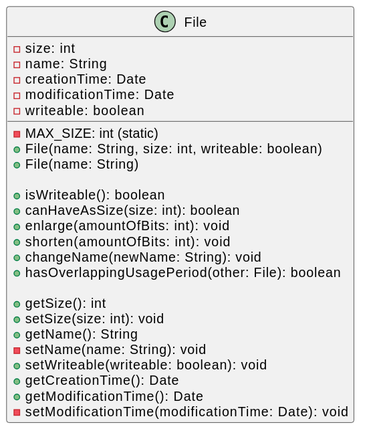
vanschependom/KULAK_ogp-practicum2 keeps this PlantUML diagram as class-diagram/classdiagram.svg. Above is the earlier version.
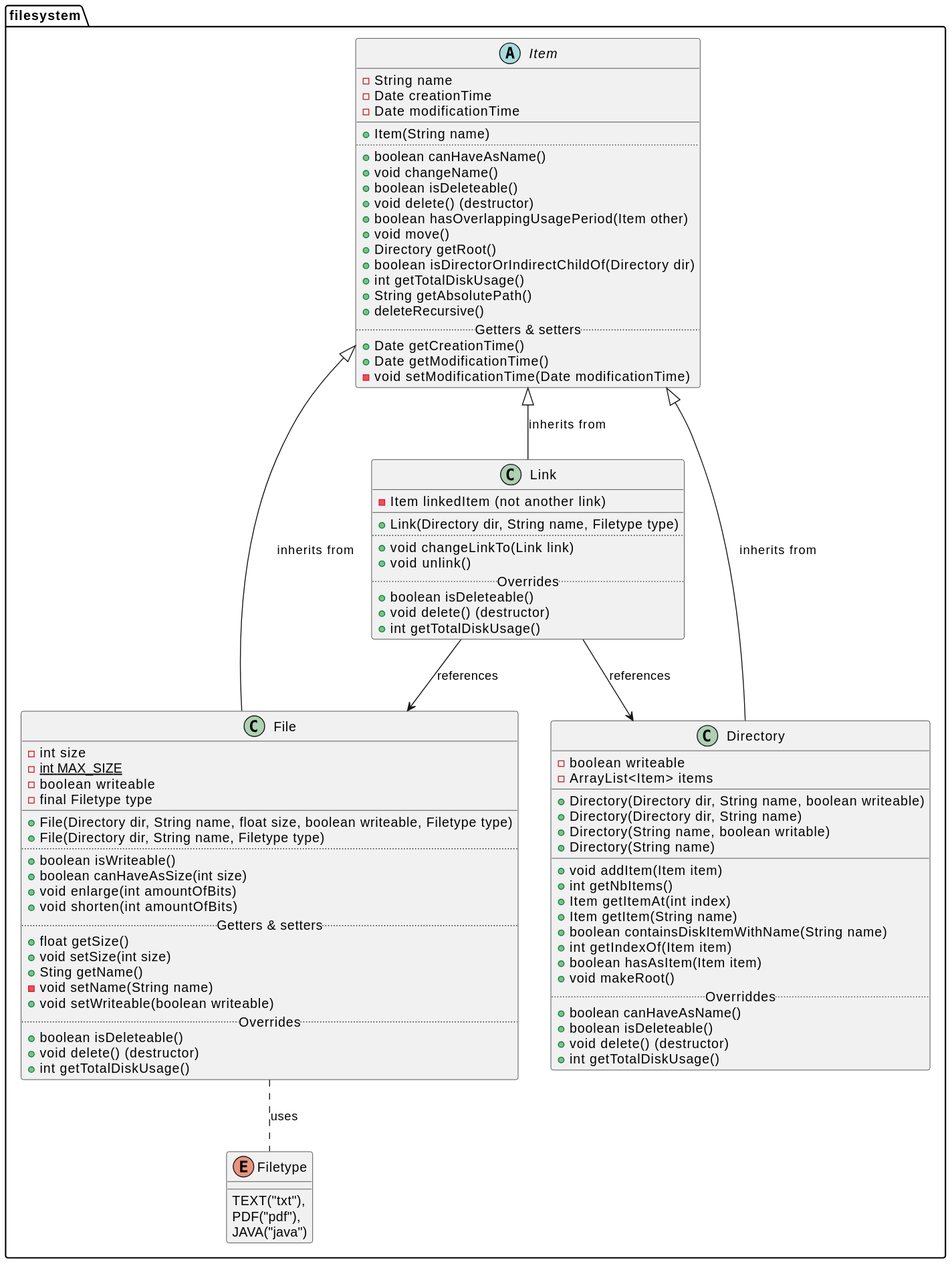
Above is the later version.

Commit message:
Klassendiagram grotendeels afgewerkt

The edit, as a diff of the source:
```diff
@@ -1,31 +1,106 @@
 @startuml
+package filesystem {
+
+abstract Item {
+    - String name
+    - Date creationTime
+    - Date modificationTime
+__
+    + Item(String name)
+..
+    + boolean canHaveAsName()
+    + void changeName()
+    + boolean isDeleteable()
+    + void delete() (destructor)
+    + boolean hasOverlappingUsagePeriod(Item other)
+    + void move()
+    + Directory getRoot()
+    + boolean isDirectorOrIndirectChildOf(Directory dir)
+    + int getTotalDiskUsage()
+    + String getAbsolutePath()
+    + deleteRecursive()
+..Getters & setters..
+    + Date getCreationTime()
+    + Date getModificationTime()
+    - void setModificationTime(Date modificationTime)
+}
+
 class File {
+    - int size
+    - {static} int MAX_SIZE
+    - boolean writeable
+    - final Filetype type
+__
+    + File(Directory dir, String name, float size, boolean writeable, Filetype type)
+    + File(Directory dir, String name, Filetype type)
+..
+    + boolean isWriteable()
+    + boolean canHaveAsSize(int size)
+    + void enlarge(int amountOfBits)
+    + void shorten(int amountOfBits)
+..Getters & setters..
+    + float getSize()
+    + void setSize(int size)
+    + Sting getName()
+    - void setName(String name)
+    + void setWriteable(boolean writeable)
+..Overrides..
+    + boolean isDeleteable()
+    + void delete() (destructor)
+    + int getTotalDiskUsage()
+}
 
-    - size: int
-    - MAX_SIZE: int (static)
-    - name: String
-    - creationTime: Date
-    - modificationTime: Date
-    - writeable: boolean
+enum Filetype {
+    TEXT("txt"),
+    PDF("pdf"),
+    JAVA("java")
+}
 
-    + File(name: String, size: int, writeable: boolean)
-    + File(name: String)
+class Directory {
+    - boolean writeable
+    - ArrayList<Item> items
+__
+    + Directory(Directory dir, String name, boolean writeable)
+    + Directory(Directory dir, String name)
+    + Directory(String name, boolean writable)
+    + Directory(String name)
+__
+    + void addItem(Item item)
+    + int getNbItems()
+    + Item getItemAt(int index)
+    + Item getItem(String name)
+    + boolean containsDiskItemWithName(String name)
+    + int getIndexOf(Item item)
+    + boolean hasAsItem(Item item)
+    + void makeRoot()
+.. Overriddes ..
+    + boolean canHaveAsName()
+    + boolean isDeleteable()
+    + void delete() (destructor)
+    + int getTotalDiskUsage()
+}
 
-    + isWriteable(): boolean
-    + canHaveAsSize(size: int): boolean
-    + enlarge(amountOfBits: int): void
-    + shorten(amountOfBits: int): void
-    + changeName(newName: String): void
-    + hasOverlappingUsagePeriod(other: File): boolean
+class Link {
+    - Item linkedItem (not another link)
+__
+    + Link(Directory dir, String name, Filetype type)
+..
+    + void changeLinkTo(Link link)
+    + void unlink()
+..Overrides..
+    + boolean isDeleteable()
+    + void delete() (destructor)
+    + int getTotalDiskUsage()
+}
 
-    + getSize(): int
-    + setSize(size: int): void
-    + getName(): String
-    - setName(name: String): void
-    + setWriteable(writeable: boolean): void
-    + getCreationTime(): Date
-    + getModificationTime(): Date
-    - setModificationTime(modificationTime: Date): void
+Item <|-- Link: inherits from
+Item <|-- File: inherits from
+Item <|-- Directory: inherits from
+
+File .. Filetype: uses
+
+Link --> File: references
+Link --> Directory: references
 
 }
 @enduml
```
